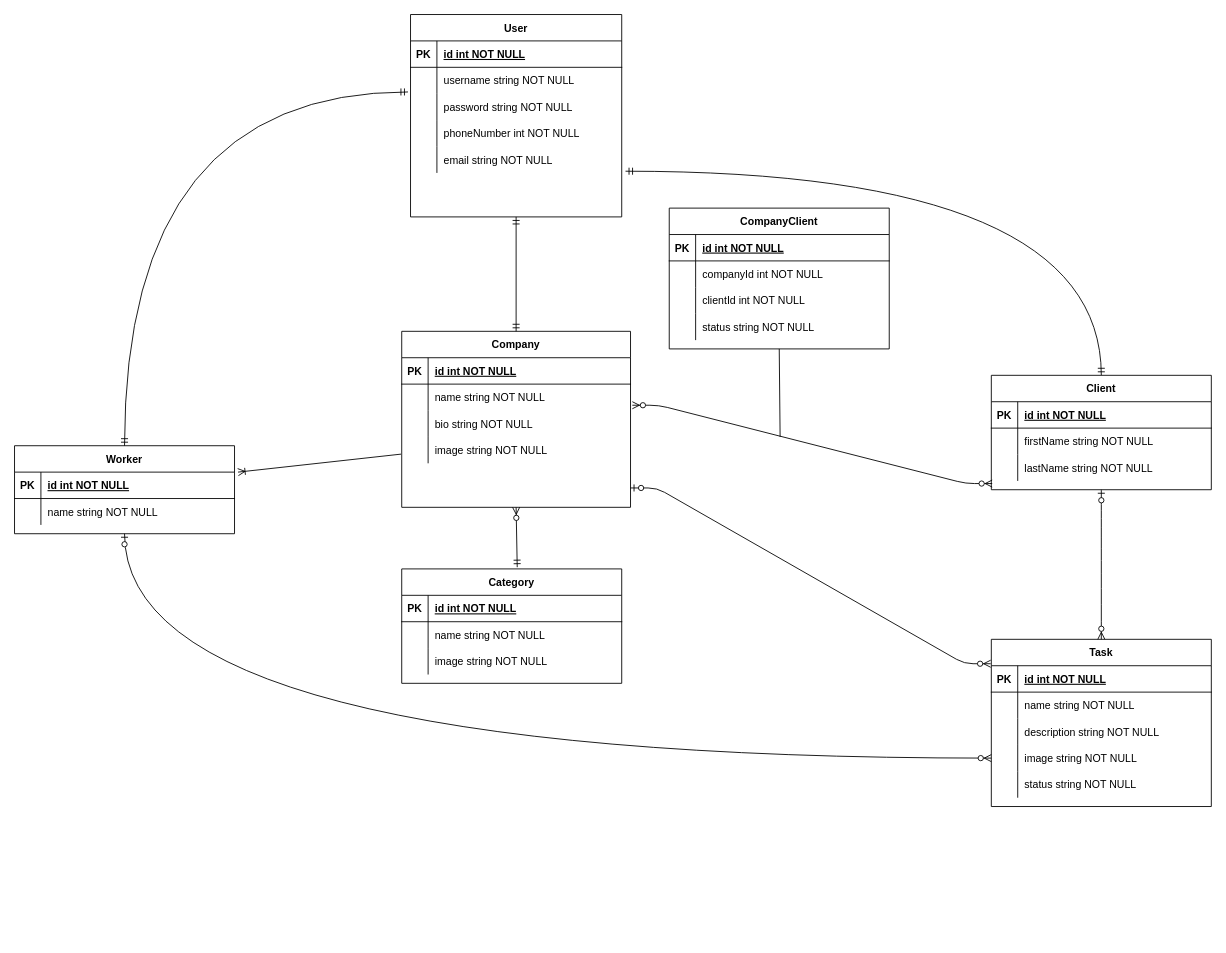
The draw.io diagram ERD.drawio in aalhendi/Bunyan, before the edit. Source tidied: cells renumbered, new cells numbered last; positions are measured from the earlier drawing's top-left corner, leaving out a move shared by most shapes. Both pictures are drawn from the tidied source at 88%, with x=0, y=0 at pixel (14, 14).
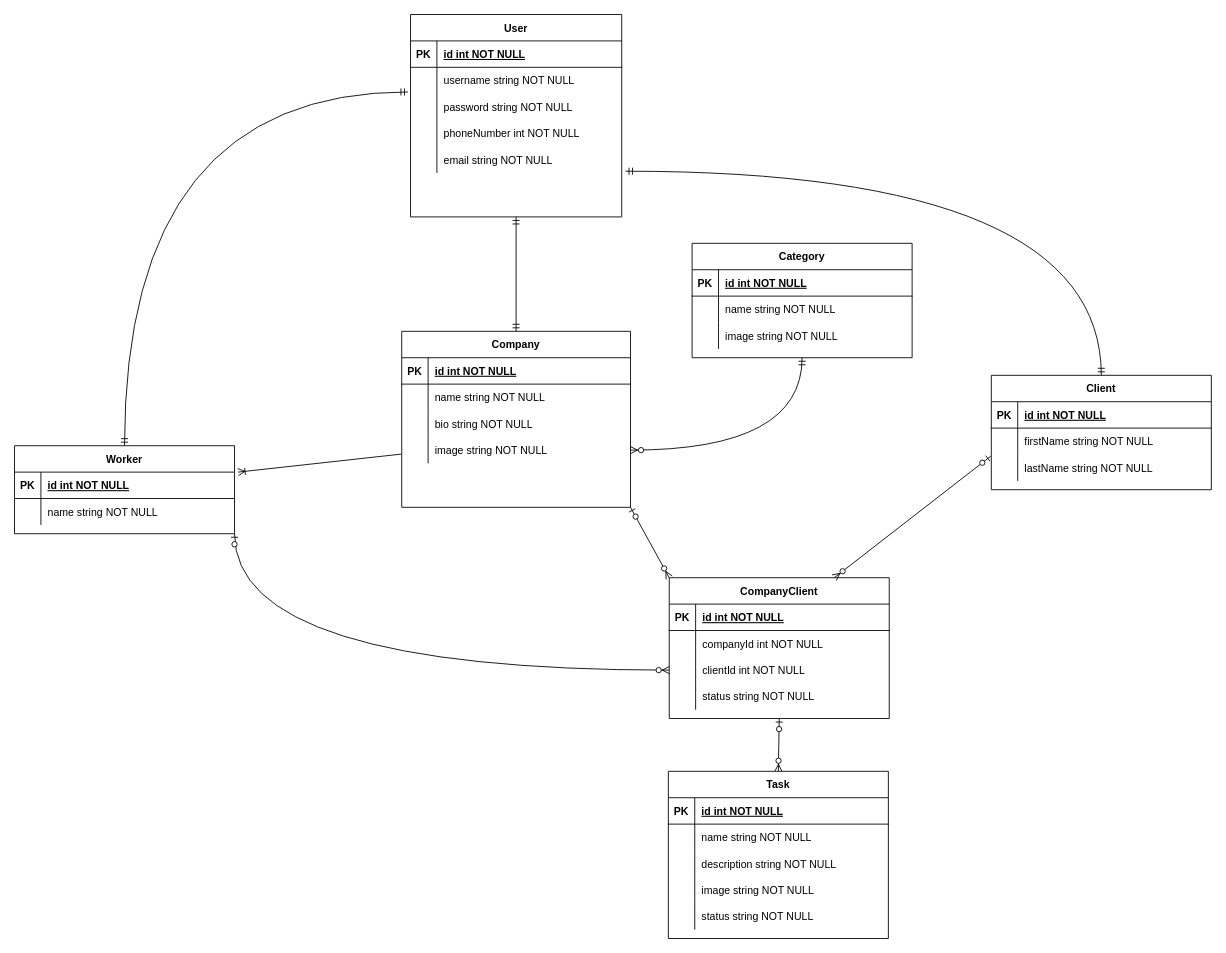
After the change.

Unchanged cells that the change refers to:
```xml
<mxCell id="2" value="Company" style="shape=table;startSize=30;childLayout=tableLayout;rowLines=0;fontStyle=1;align=center;" parent="1" vertex="1">
  <mxGeometry x="440" y="360" width="260" height="200" as="geometry" />
</mxCell>
<mxCell id="6" style="shape=partialRectangle;fillColor=none;points=[[0,0.5],[1,0.5]];portConstraint=eastwest;top=0;left=0;right=0;bottom=0;" parent="2" vertex="1">
  <mxGeometry y="60" width="260" height="30" as="geometry" />
</mxCell>
<mxCell id="12" style="shape=partialRectangle;fillColor=none;points=[[0,0.5],[1,0.5]];portConstraint=eastwest;top=0;left=0;right=0;bottom=0;" parent="2" vertex="1">
  <mxGeometry y="120" width="260" height="30" as="geometry" />
</mxCell>
<mxCell id="27" style="shape=partialRectangle;fillColor=none;points=[[0,0.5],[1,0.5]];portConstraint=eastwest;top=0;left=0;right=0;bottom=0;" parent="17" vertex="1">
  <mxGeometry y="120" width="250" height="30" as="geometry" />
</mxCell>
<mxCell id="49" value="Worker" style="shape=table;startSize=30;childLayout=tableLayout;rowLines=0;fontStyle=1;align=center;" parent="1" vertex="1">
  <mxGeometry y="490" width="250" height="100" as="geometry" />
</mxCell>
<mxCell id="63" style="shape=partialRectangle;fillColor=none;points=[[0,0.5],[1,0.5]];portConstraint=eastwest;top=0;left=0;right=0;bottom=0;" parent="56" vertex="1">
  <mxGeometry y="90" width="250" height="30" as="geometry" />
</mxCell>
<mxCell id="76" value="Client" style="shape=table;startSize=30;childLayout=tableLayout;rowLines=0;fontStyle=1;align=center;" parent="1" vertex="1">
  <mxGeometry x="1110" y="410" width="250" height="130" as="geometry" />
</mxCell>
<mxCell id="83" style="shape=partialRectangle;fillColor=none;points=[[0,0.5],[1,0.5]];portConstraint=eastwest;top=0;left=0;right=0;bottom=0;" parent="76" vertex="1">
  <mxGeometry y="90" width="250" height="30" as="geometry" />
</mxCell>
```

The edit, as a diff of the source:
```diff
@@
-    <mxCell id="15" style="edgeStyle=entityRelationEdgeStyle;fontSize=12;html=1;endArrow=ERzeroToMany;endFill=1;startArrow=ERzeroToMany;entryX=0.004;entryY=1.1;entryDx=0;entryDy=0;entryPerimeter=0;exitX=1.008;exitY=0.8;exitDx=0;exitDy=0;exitPerimeter=0;" parent="1" edge="1" source="6" target="83">
-      <mxGeometry relative="1" as="geometry" />
-    </mxCell>
@@
     <mxCell id="17" value="Task" style="shape=table;startSize=30;childLayout=tableLayout;rowLines=0;fontStyle=1;align=center;" parent="1" vertex="1">
-      <mxGeometry x="1110" y="710" width="250" height="190" as="geometry" />
+      <mxGeometry x="743" y="860" width="250" height="190" as="geometry" />
     </mxCell>
@@
     <mxCell id="56" value="CompanyClient" style="shape=table;startSize=30;childLayout=tableLayout;rowLines=0;fontStyle=1;align=center;" parent="1" vertex="1">
-      <mxGeometry x="744" y="220" width="250" height="160" as="geometry" />
+      <mxGeometry x="744" y="640" width="250" height="160" as="geometry" />
     </mxCell>
@@
-    <mxCell id="69" style="endArrow=none;html=1;entryX=0.5;entryY=1;entryDx=0;entryDy=0;startArrow=none;" parent="1" edge="1" target="56">
-      <mxGeometry relative="1" as="geometry">
-        <mxPoint x="870" y="480" as="sourcePoint" />
-      </mxGeometry>
-    </mxCell>
-    <mxCell id="70" style="edgeStyle=entityRelationEdgeStyle;fontSize=12;html=1;endArrow=ERzeroToMany;startArrow=ERzeroToOne;entryX=-0.003;entryY=0.146;entryDx=0;entryDy=0;entryPerimeter=0;exitX=1;exitY=0.933;exitDx=0;exitDy=0;exitPerimeter=0;" parent="1" edge="1" target="17">
-      <mxGeometry relative="1" as="geometry">
-        <mxPoint x="700" y="538" as="sourcePoint" />
-      </mxGeometry>
-    </mxCell>
-    <mxCell id="71" style="edgeStyle=orthogonalEdgeStyle;fontSize=12;html=1;endArrow=ERzeroToMany;startArrow=ERzeroToOne;entryX=0.5;entryY=0;entryDx=0;entryDy=0;exitX=0.5;exitY=1;exitDx=0;exitDy=0;curved=1;" parent="1" edge="1" source="76" target="17">
+    <mxCell id="71" style="fontSize=12;html=1;endArrow=ERzeroToMany;startArrow=ERzeroToOne;entryX=0.5;entryY=0;entryDx=0;entryDy=0;exitX=0.5;exitY=1;exitDx=0;exitDy=0;" parent="1" edge="1" source="56" target="17">
       <mxGeometry relative="1" as="geometry" />
     </mxCell>
@@
-    <mxCell id="75" style="edgeStyle=orthogonalEdgeStyle;fontSize=12;html=1;endArrow=ERzeroToMany;startArrow=ERzeroToOne;exitX=0.5;exitY=1;exitDx=0;exitDy=0;entryX=0;entryY=0.5;entryDx=0;entryDy=0;curved=1;" parent="1" edge="1" source="49" target="27">
-      <mxGeometry relative="1" as="geometry" />
-    </mxCell>
@@
     <mxCell id="86" value="Category" style="shape=table;startSize=30;childLayout=tableLayout;rowLines=0;fontStyle=1;align=center;" parent="1" vertex="1">
-      <mxGeometry x="440" y="630" width="250" height="130" as="geometry" />
+      <mxGeometry x="770" y="260" width="250" height="130" as="geometry" />
     </mxCell>
@@
-    <mxCell id="96" style="fontSize=12;html=1;endArrow=ERzeroToMany;startArrow=ERmandOne;exitX=0.525;exitY=-0.015;exitDx=0;exitDy=0;exitPerimeter=0;entryX=0.5;entryY=1;entryDx=0;entryDy=0;" parent="1" edge="1" source="86" target="2">
+    <mxCell id="96" style="fontSize=12;html=1;endArrow=ERzeroToMany;startArrow=ERmandOne;exitX=0.5;exitY=1;exitDx=0;exitDy=0;entryX=1;entryY=0.5;entryDx=0;entryDy=0;edgeStyle=orthogonalEdgeStyle;curved=1;" parent="1" edge="1" source="86" target="12">
       <mxGeometry relative="1" as="geometry" />
     </mxCell>
+    <mxCell id="97" style="fontSize=12;html=1;endArrow=ERzeroToMany;startArrow=ERzeroToOne;entryX=0;entryY=0;entryDx=0;entryDy=0;exitX=1;exitY=1;exitDx=0;exitDy=0;" parent="1" edge="1" source="2" target="56">
+      <mxGeometry relative="1" as="geometry" />
+    </mxCell>
+    <mxCell id="98" style="fontSize=12;html=1;endArrow=ERzeroToMany;startArrow=ERzeroToOne;entryX=0.75;entryY=0;entryDx=0;entryDy=0;exitX=-0.003;exitY=0.067;exitDx=0;exitDy=0;exitPerimeter=0;" parent="1" edge="1" source="83" target="56">
+      <mxGeometry relative="1" as="geometry" />
+    </mxCell>
+    <mxCell id="99" style="fontSize=12;html=1;endArrow=ERzeroToMany;startArrow=ERzeroToOne;entryX=0;entryY=0.5;entryDx=0;entryDy=0;exitX=1;exitY=1;exitDx=0;exitDy=0;edgeStyle=orthogonalEdgeStyle;curved=1;" parent="1" edge="1" source="49" target="63">
+      <mxGeometry relative="1" as="geometry" />
+    </mxCell>
```
